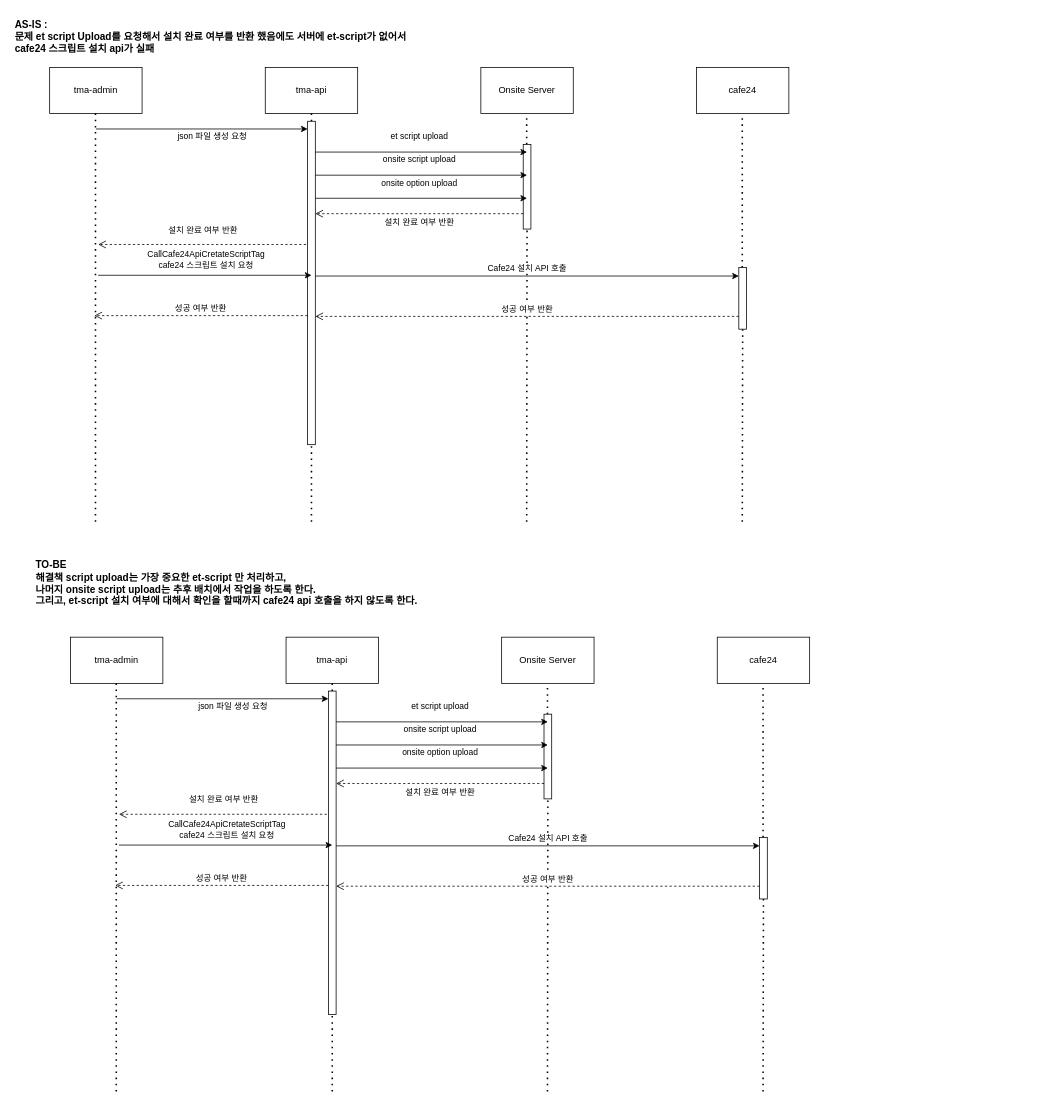
Before: cafe24onboarding.drawio in jaero0725/draw_io, a draw.io diagram. Source tidied: cells renumbered, new cells numbered last; positions are measured from the earlier drawing's top-left corner, leaving out a move shared by most shapes. Both pictures are drawn from the tidied source at 77%, with x=0, y=0 at pixel (13, 13).
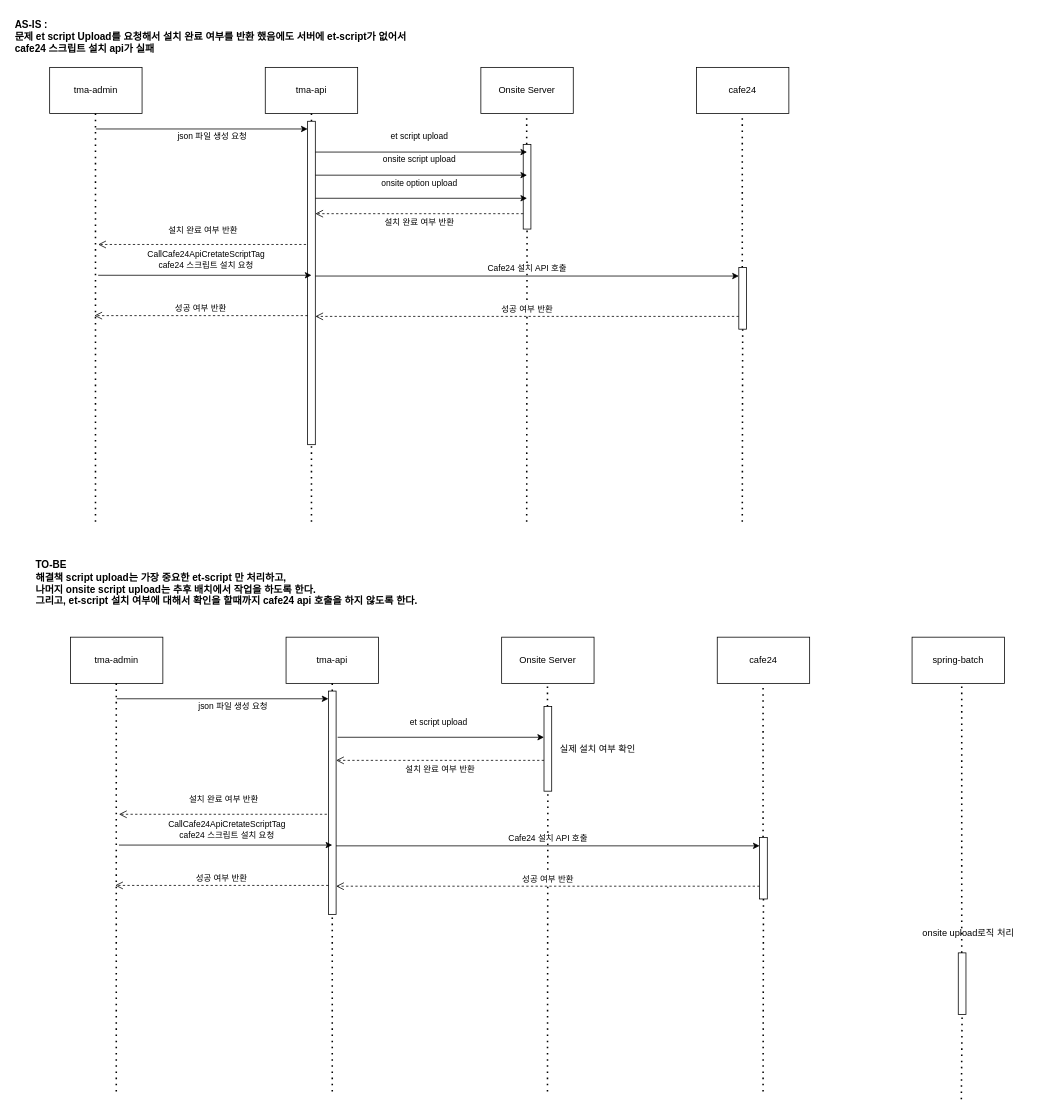
The same page after the edit.

Diff of the diagram source:
```diff
@@
     <mxCell id="36" style="html=1;points=[[0,0,0,0,5],[0,1,0,0,-5],[1,0,0,0,5],[1,1,0,0,-5]];perimeter=orthogonalPerimeter;outlineConnect=0;targetShapes=umlLifeline;portConstraint=eastwest;newEdgeStyle={&quot;curved&quot;:0,&quot;rounded&quot;:0};" parent="1" vertex="1">
-      <mxGeometry x="689" y="910" width="10" height="110" as="geometry" />
+      <mxGeometry x="689" y="900" width="10" height="110" as="geometry" />
     </mxCell>
@@
     <mxCell id="38" style="html=1;points=[[0,0,0,0,5],[0,1,0,0,-5],[1,0,0,0,5],[1,1,0,0,-5]];perimeter=orthogonalPerimeter;outlineConnect=0;targetShapes=umlLifeline;portConstraint=eastwest;newEdgeStyle={&quot;curved&quot;:0,&quot;rounded&quot;:0};" parent="1" vertex="1">
-      <mxGeometry x="409" y="880" width="10" height="420" as="geometry" />
+      <mxGeometry x="409" y="880" width="10" height="290" as="geometry" />
     </mxCell>
-    <mxCell id="39" value="onsite script upload" style="endArrow=classic;html=1;rounded=0;" parent="1" edge="1">
-      <mxGeometry x="-0.02" y="20" relative="1" as="geometry">
-        <mxPoint x="419" y="950" as="sourcePoint" />
-        <mxPoint x="694" y="950" as="targetPoint" />
-      </mxGeometry>
-    </mxCell>
@@
     <mxCell id="43" value="et script upload" style="endArrow=classic;html=1;rounded=0;" parent="1" edge="1">
       <mxGeometry x="-0.02" y="20" relative="1" as="geometry">
-        <mxPoint x="419" y="920" as="sourcePoint" />
-        <mxPoint x="694" y="920" as="targetPoint" />
+        <mxPoint x="421" y="940" as="sourcePoint" />
+        <mxPoint x="689" y="940" as="targetPoint" />
       </mxGeometry>
     </mxCell>
-    <mxCell id="44" value="onsite option upload" style="endArrow=classic;html=1;rounded=0;" parent="1" edge="1">
-      <mxGeometry x="-0.02" y="20" relative="1" as="geometry">
-        <mxPoint x="419" y="980" as="sourcePoint" />
-        <mxPoint x="694" y="980" as="targetPoint" />
-      </mxGeometry>
-    </mxCell>
@@
     <mxCell id="50" value="설치 완료 여부 반환" style="html=1;verticalAlign=bottom;endArrow=open;dashed=1;endSize=8;curved=0;rounded=0;" parent="1" edge="1">
       <mxGeometry y="20" relative="1" as="geometry">
-        <mxPoint x="689" y="1000" as="sourcePoint" />
-        <mxPoint x="419" y="1000" as="targetPoint" />
+        <mxPoint x="689" y="970" as="sourcePoint" />
+        <mxPoint x="419" y="970" as="targetPoint" />
       </mxGeometry>
     </mxCell>
@@
+    <mxCell id="52" value="spring-batch" style="rounded=0;whiteSpace=wrap;html=1;" parent="1" vertex="1">
+      <mxGeometry x="1167" y="810" width="120" height="60" as="geometry" />
+    </mxCell>
+    <mxCell id="53" style="endArrow=none;dashed=1;html=1;dashPattern=1 3;strokeWidth=2;rounded=0;entryX=0.5;entryY=1;entryDx=0;entryDy=0;" parent="1" edge="1" source="56">
+      <mxGeometry relative="1" as="geometry">
+        <mxPoint x="1231.5" y="870" as="targetPoint" />
+      </mxGeometry>
+    </mxCell>
+    <mxCell id="54" value="실제 설치 여부 확인" style="text;strokeColor=none;align=center;fillColor=none;html=1;verticalAlign=middle;whiteSpace=wrap;rounded=0;" parent="1" vertex="1">
+      <mxGeometry x="699" y="940" width="120" height="30" as="geometry" />
+    </mxCell>
+    <mxCell id="55" style="endArrow=none;dashed=1;html=1;dashPattern=1 3;strokeWidth=2;rounded=0;entryX=0.5;entryY=1;entryDx=0;entryDy=0;" parent="1" edge="1" target="56">
+      <mxGeometry relative="1" as="geometry">
+        <mxPoint x="1231" y="1410" as="sourcePoint" />
+      </mxGeometry>
+    </mxCell>
+    <mxCell id="56" style="html=1;points=[[0,0,0,0,5],[0,1,0,0,-5],[1,0,0,0,5],[1,1,0,0,-5]];perimeter=orthogonalPerimeter;outlineConnect=0;targetShapes=umlLifeline;portConstraint=eastwest;newEdgeStyle={&quot;curved&quot;:0,&quot;rounded&quot;:0};" parent="1" vertex="1">
+      <mxGeometry x="1227" y="1220" width="10" height="80" as="geometry" />
+    </mxCell>
+    <mxCell id="57" value="onsite upload로직 처리&amp;nbsp;" style="text;strokeColor=none;align=center;fillColor=none;html=1;verticalAlign=middle;whiteSpace=wrap;rounded=0;" parent="1" vertex="1">
+      <mxGeometry x="1147" y="1180" width="190" height="30" as="geometry" />
+    </mxCell>
```
